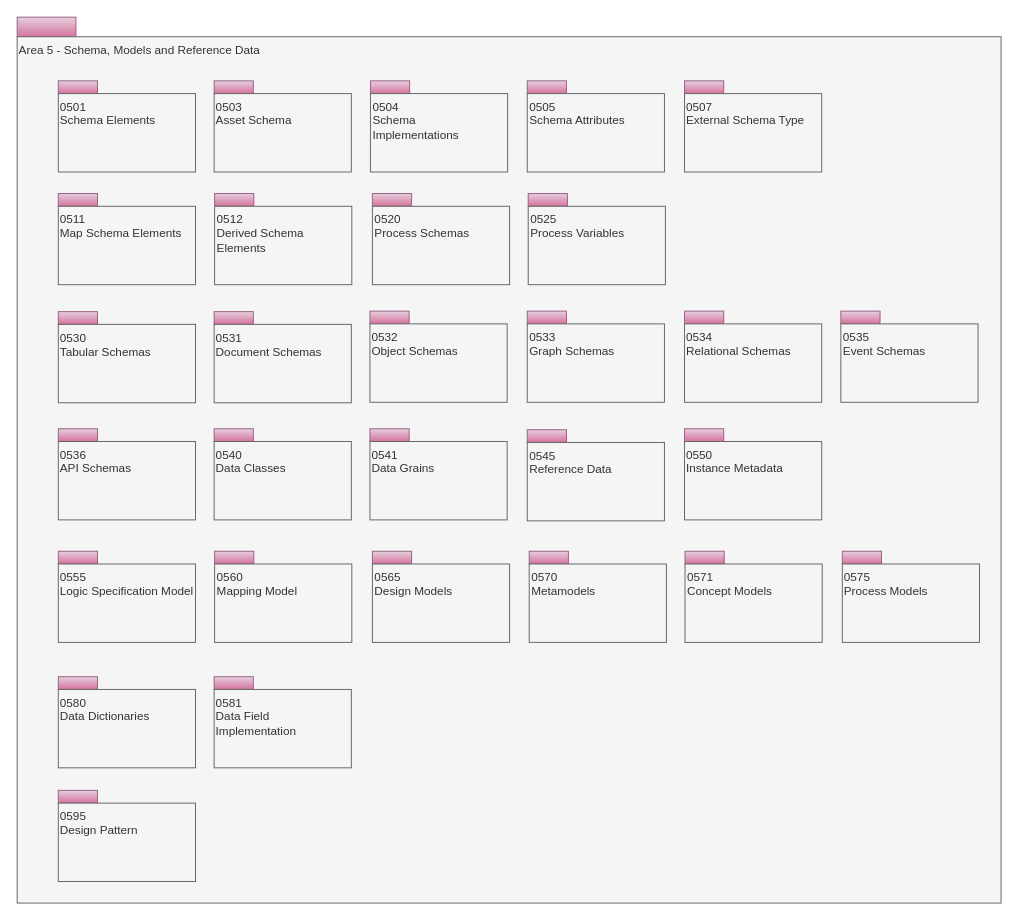
This is page "overview" (1 of 33) of site/docs/types/5/area-5-models-and-schema.drawio from odpi/egeria-docs, a draw.io file, before an edit. Source tidied: cells renumbered, new cells numbered last; positions are measured from the earlier drawing's top-left corner, leaving out a move shared by most shapes. Both pictures are drawn from the tidied source at 98%, with x=0, y=0 at pixel (17, 17).
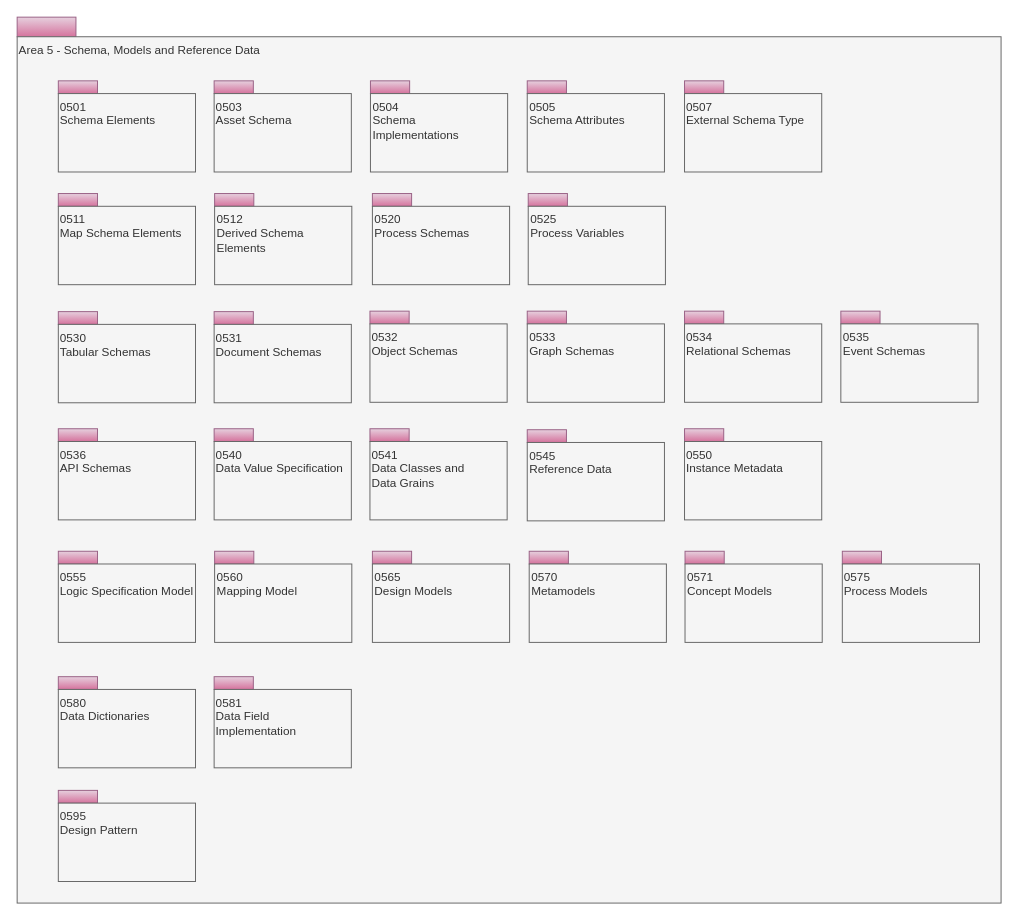
The same page after the edit.

The edit, as a diff of the source:
```diff
@@
-    <mxCell id="23" value="0541&lt;br&gt;Data Grains" style="rounded=0;whiteSpace=wrap;html=1;align=left;verticalAlign=top;fillColor=#f5f5f5;fontColor=#333333;strokeColor=#666666;" parent="1" vertex="1">
+    <mxCell id="23" value="0541&lt;br&gt;Data Classes and&lt;div&gt;Data Grains&lt;/div&gt;" style="rounded=0;whiteSpace=wrap;html=1;align=left;verticalAlign=top;fillColor=#f5f5f5;fontColor=#333333;strokeColor=#666666;" parent="1" vertex="1">
       <mxGeometry x="360" y="433" width="140" height="80" as="geometry" />
     </mxCell>
@@
-    <mxCell id="61" value="0540&lt;br&gt;Data Classes&lt;br&gt;" style="rounded=0;whiteSpace=wrap;html=1;align=left;verticalAlign=top;fillColor=#f5f5f5;fontColor=#333333;strokeColor=#666666;" parent="1" vertex="1">
+    <mxCell id="61" value="0540&lt;br&gt;Data Value Specification" style="rounded=0;whiteSpace=wrap;html=1;align=left;verticalAlign=top;fillColor=#f5f5f5;fontColor=#333333;strokeColor=#666666;" parent="1" vertex="1">
       <mxGeometry x="201" y="433" width="140" height="80" as="geometry" />
     </mxCell>
```
